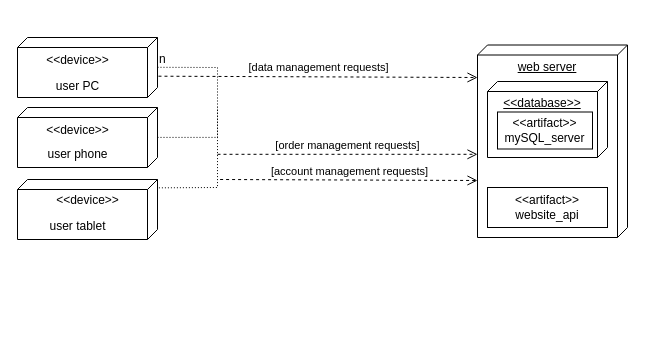
nawrasfaour/OurFoodProj keeps this draw.io diagram as deployment dia.drawio. Above is the earlier version. Source tidied: cells renumbered, new cells numbered last; positions are measured from the earlier drawing's top-left corner, leaving out a move shared by most shapes. Both pictures are drawn from the tidied source at 100%, with x=0, y=0 at pixel (17, 37).
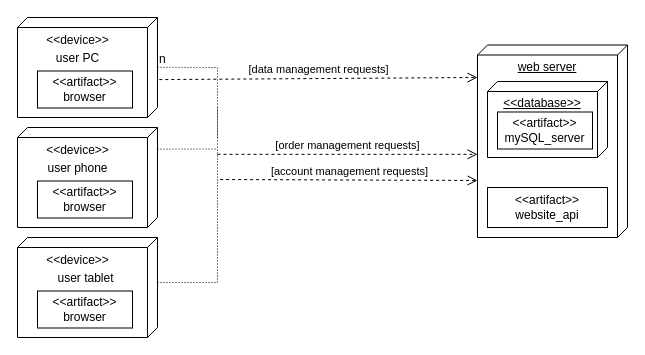
The same diagram, later.

Diff of the diagram source:
```diff
@@
     <mxCell id="2" style="verticalAlign=top;align=center;spacingTop=8;spacingLeft=2;spacingRight=12;shape=cube;size=10;direction=south;fontStyle=4;html=1;whiteSpace=wrap;" parent="1" vertex="1">
-      <mxGeometry width="140" height="60" as="geometry" />
+      <mxGeometry y="-20" width="140" height="100" as="geometry" />
     </mxCell>
-    <mxCell id="3" style="verticalAlign=top;align=center;spacingTop=8;spacingLeft=2;spacingRight=12;shape=cube;size=10;direction=south;fontStyle=4;html=1;whiteSpace=wrap;" parent="1" vertex="1">
-      <mxGeometry y="70" width="140" height="60" as="geometry" />
-    </mxCell>
@@
     <mxCell id="5" value="&amp;lt;&amp;lt;device&amp;gt;&amp;gt;" style="text;align=center;fontStyle=0;verticalAlign=middle;spacingLeft=3;spacingRight=3;strokeColor=none;html=1;" parent="1" vertex="1">
-      <mxGeometry x="20" y="10" width="80" height="26" as="geometry" />
+      <mxGeometry x="20" y="-10" width="80" height="26" as="geometry" />
     </mxCell>
     <mxCell id="6" value="user PC" style="text;align=center;fontStyle=0;verticalAlign=middle;spacingLeft=3;spacingRight=3;strokeColor=none;html=1;" parent="1" vertex="1">
-      <mxGeometry x="20" y="36" width="80" height="26" as="geometry" />
+      <mxGeometry x="20" y="7.5" width="80" height="26" as="geometry" />
     </mxCell>
-    <mxCell id="7" value="&amp;lt;&amp;lt;device&amp;gt;&amp;gt;" style="text;align=center;fontStyle=0;verticalAlign=middle;spacingLeft=3;spacingRight=3;strokeColor=none;html=1;" parent="1" vertex="1">
-      <mxGeometry x="20" y="80" width="80" height="26" as="geometry" />
-    </mxCell>
-    <mxCell id="8" value="user phone" style="text;align=center;fontStyle=0;verticalAlign=middle;spacingLeft=3;spacingRight=3;strokeColor=none;html=1;" parent="1" vertex="1">
-      <mxGeometry x="20" y="104" width="80" height="26" as="geometry" />
-    </mxCell>
-    <mxCell id="9" style="verticalAlign=top;align=center;spacingTop=8;spacingLeft=2;spacingRight=12;shape=cube;size=10;direction=south;fontStyle=4;html=1;whiteSpace=wrap;" parent="1" vertex="1">
-      <mxGeometry y="142" width="140" height="60" as="geometry" />
-    </mxCell>
-    <mxCell id="10" value="&amp;lt;&amp;lt;device&amp;gt;&amp;gt;" style="text;align=center;fontStyle=0;verticalAlign=middle;spacingLeft=3;spacingRight=3;strokeColor=none;html=1;" parent="1" vertex="1">
-      <mxGeometry x="30" y="150" width="80" height="26" as="geometry" />
-    </mxCell>
-    <mxCell id="11" value="user tablet" style="text;align=center;fontStyle=0;verticalAlign=middle;spacingLeft=3;spacingRight=3;strokeColor=none;html=1;" parent="1" vertex="1">
-      <mxGeometry x="20" y="176" width="80" height="26" as="geometry" />
-    </mxCell>
@@
     <mxCell id="16" style="endArrow=none;html=1;rounded=0;dashed=1;dashPattern=1 2;exitX=0.168;exitY=-0.011;exitDx=0;exitDy=0;exitPerimeter=0;" parent="1" edge="1">
       <mxGeometry relative="1" as="geometry">
-        <mxPoint x="140" y="99.9" as="sourcePoint" />
-        <mxPoint x="198.5" y="99.9" as="targetPoint" />
+        <mxPoint x="140" y="111.6" as="sourcePoint" />
+        <mxPoint x="198.5" y="111.5" as="targetPoint" />
       </mxGeometry>
     </mxCell>
@@
-    <mxCell id="18" style="endArrow=none;html=1;rounded=0;dashed=1;dashPattern=1 2;exitX=0.139;exitY=-0.01;exitDx=0;exitDy=0;exitPerimeter=0;" parent="1" edge="1" source="9">
+    <mxCell id="18" style="endArrow=none;html=1;rounded=0;dashed=1;dashPattern=1 2;exitX=0;exitY=0;exitDx=45;exitDy=0;exitPerimeter=0;" parent="1" edge="1" source="29">
       <mxGeometry relative="1" as="geometry">
         <mxPoint x="200" y="70" as="targetPoint" />
         <Array as="points">
-          <mxPoint x="200" y="150" />
+          <mxPoint x="200" y="245" />
         </Array>
       </mxGeometry>
     </mxCell>
@@
-    <mxCell id="21" value="[data management requests]" style="endArrow=open;startArrow=none;endFill=0;startFill=0;endSize=8;html=1;verticalAlign=bottom;dashed=1;labelBackgroundColor=none;rounded=0;entryX=0.13;entryY=1.017;entryDx=0;entryDy=0;entryPerimeter=0;exitX=0.645;exitY=-0.007;exitDx=0;exitDy=0;exitPerimeter=0;" parent="1" edge="1" source="2">
+    <mxCell id="21" value="[data management requests]" style="endArrow=open;startArrow=none;endFill=0;startFill=0;endSize=8;html=1;verticalAlign=bottom;dashed=1;labelBackgroundColor=none;rounded=0;entryX=0.13;entryY=1.017;entryDx=0;entryDy=0;entryPerimeter=0;exitX=0.621;exitY=-0.013;exitDx=0;exitDy=0;exitPerimeter=0;" parent="1" edge="1" source="2">
       <mxGeometry relative="1" as="geometry">
         <mxPoint x="460" y="40" as="targetPoint" />
       </mxGeometry>
     </mxCell>
@@
+    <mxCell id="25" value="&amp;lt;&amp;lt;artifact&amp;gt;&amp;gt;&lt;br&gt;browser" style="html=1;align=center;verticalAlign=middle;dashed=0;whiteSpace=wrap;labelPosition=center;verticalLabelPosition=middle;horizontal=1;" parent="1" vertex="1">
+      <mxGeometry x="20" y="33.5" width="95" height="37" as="geometry" />
+    </mxCell>
+    <mxCell id="26" style="verticalAlign=top;align=center;spacingTop=8;spacingLeft=2;spacingRight=12;shape=cube;size=10;direction=south;fontStyle=4;html=1;whiteSpace=wrap;" parent="1" vertex="1">
+      <mxGeometry y="90" width="140" height="100" as="geometry" />
+    </mxCell>
+    <mxCell id="27" value="&amp;lt;&amp;lt;device&amp;gt;&amp;gt;" style="text;align=center;fontStyle=0;verticalAlign=middle;spacingLeft=3;spacingRight=3;strokeColor=none;html=1;" parent="1" vertex="1">
+      <mxGeometry x="20" y="100" width="80" height="26" as="geometry" />
+    </mxCell>
+    <mxCell id="28" value="&amp;lt;&amp;lt;artifact&amp;gt;&amp;gt;&lt;br&gt;browser" style="html=1;align=center;verticalAlign=middle;dashed=0;whiteSpace=wrap;labelPosition=center;verticalLabelPosition=middle;horizontal=1;" parent="1" vertex="1">
+      <mxGeometry x="20" y="143.5" width="95" height="37" as="geometry" />
+    </mxCell>
+    <mxCell id="8" value="user phone" style="text;align=center;fontStyle=0;verticalAlign=middle;spacingLeft=3;spacingRight=3;strokeColor=none;html=1;" parent="1" vertex="1">
+      <mxGeometry x="20" y="117.5" width="80" height="26" as="geometry" />
+    </mxCell>
+    <mxCell id="29" style="verticalAlign=top;align=center;spacingTop=8;spacingLeft=2;spacingRight=12;shape=cube;size=10;direction=south;fontStyle=4;html=1;whiteSpace=wrap;" parent="1" vertex="1">
+      <mxGeometry y="200" width="140" height="100" as="geometry" />
+    </mxCell>
+    <mxCell id="30" value="&amp;lt;&amp;lt;device&amp;gt;&amp;gt;" style="text;align=center;fontStyle=0;verticalAlign=middle;spacingLeft=3;spacingRight=3;strokeColor=none;html=1;" parent="1" vertex="1">
+      <mxGeometry x="20" y="210" width="80" height="26" as="geometry" />
+    </mxCell>
+    <mxCell id="31" value="&amp;lt;&amp;lt;artifact&amp;gt;&amp;gt;&lt;br&gt;browser" style="html=1;align=center;verticalAlign=middle;dashed=0;whiteSpace=wrap;labelPosition=center;verticalLabelPosition=middle;horizontal=1;" parent="1" vertex="1">
+      <mxGeometry x="20" y="253.5" width="95" height="37" as="geometry" />
+    </mxCell>
+    <mxCell id="11" value="user tablet" style="text;align=center;fontStyle=0;verticalAlign=middle;spacingLeft=3;spacingRight=3;strokeColor=none;html=1;" parent="1" vertex="1">
+      <mxGeometry x="27.5" y="228" width="80" height="26" as="geometry" />
+    </mxCell>
```
